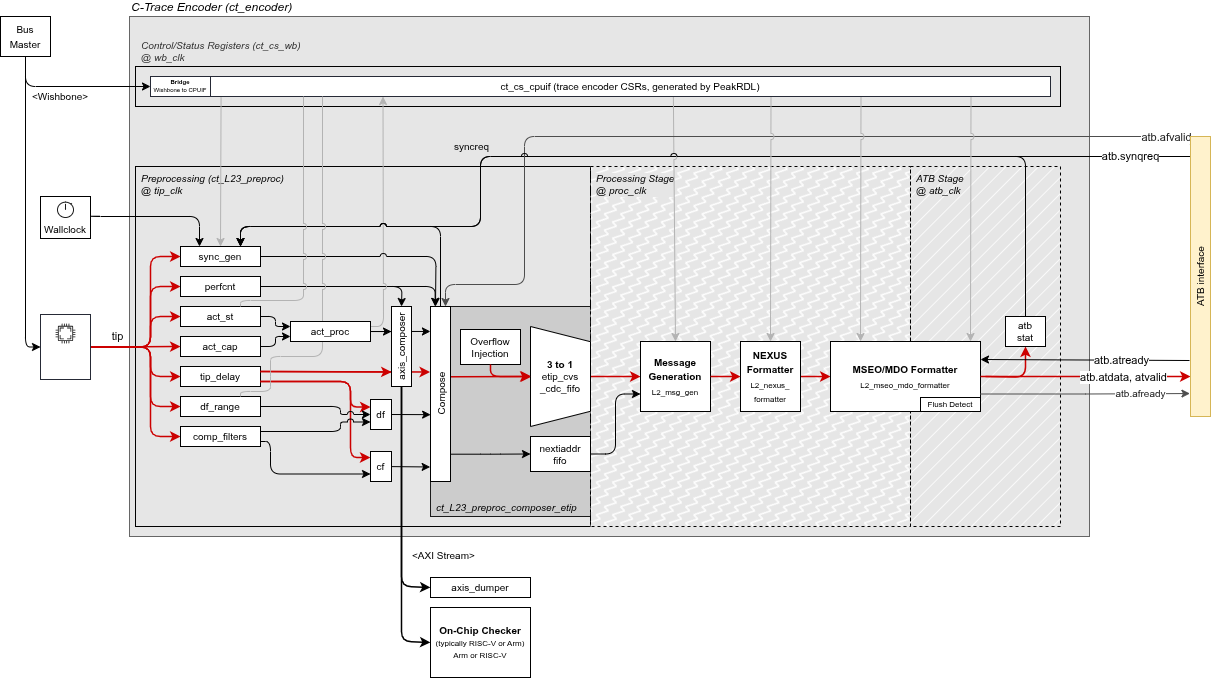
Before: doc/images/ct_encoder_elements.drawio.png, a diagram exported from draw.io (accemic/TraceEncoder). Source tidied: cells renumbered, new cells last; positions are measured from the earlier drawing's top-left corner, leaving out a move shared by most shapes.
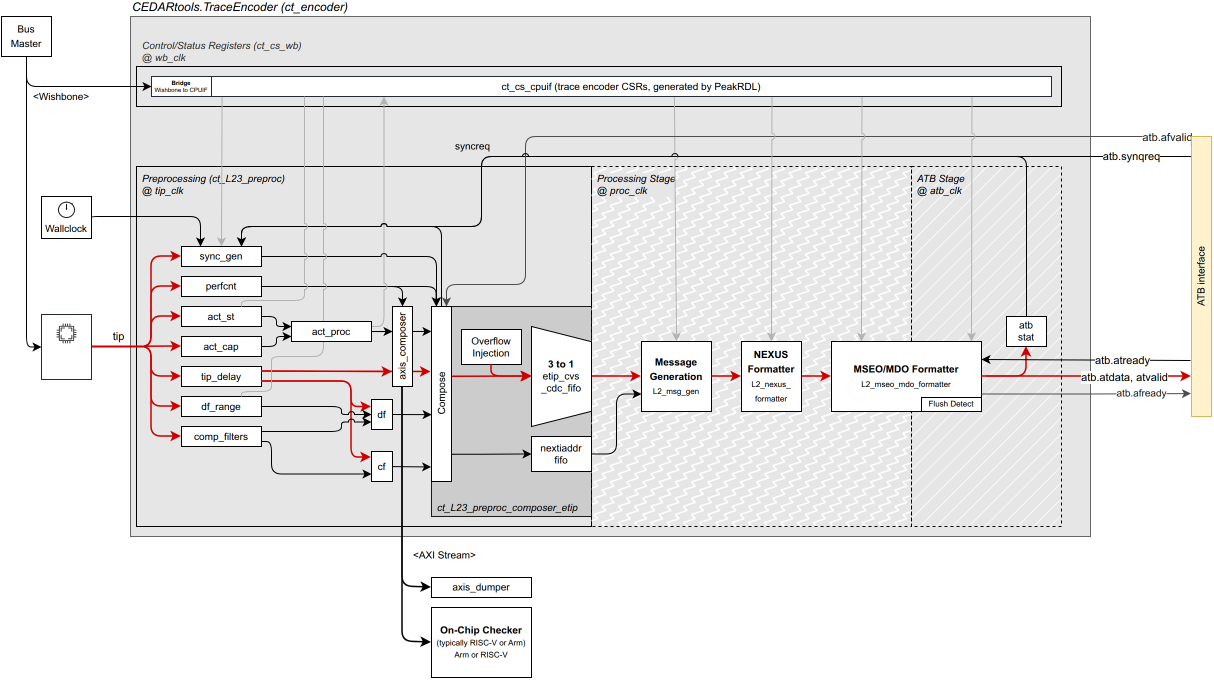
The same diagram one commit later.

Diff of the diagram source:
```diff
@@ -2,7 +2,7 @@
   <root>
     <mxCell id="0" />
     <mxCell id="1" parent="0" />
-    <mxCell id="2" value="C-Trace Encoder (ct_encoder)" style="rounded=0;strokeColor=#666666;fillColor=#E6E6E6;verticalAlign=bottom;spacingRight=0;strokeWidth=1;labelPosition=center;verticalLabelPosition=top;align=left;horizontal=1;fontStyle=2;" parent="1" vertex="1">
+    <mxCell id="2" value="CEDARtools.TraceEncoder (ct_encoder)" style="rounded=0;strokeColor=#666666;fillColor=#E6E6E6;verticalAlign=bottom;spacingRight=0;strokeWidth=1;labelPosition=center;verticalLabelPosition=top;align=left;horizontal=1;fontStyle=2;" parent="1" vertex="1">
       <mxGeometry x="129" width="960" height="520" as="geometry" />
     </mxCell>
     <mxCell id="3" style="edgeStyle=orthogonalEdgeStyle;html=1;exitX=1;exitY=0.5;exitDx=0;exitDy=0;entryX=0.029;entryY=-0.001;entryDx=0;entryDy=0;entryPerimeter=0;jumpStyle=arc;" parent="1" edge="1" source="61" target="7">
```
